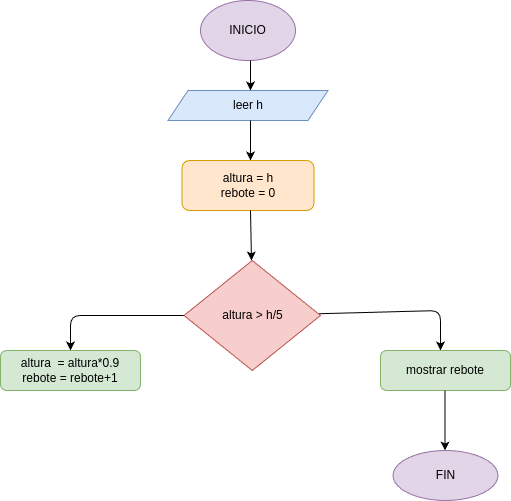
mariagomez1-hub/Taller_instrucci-n_repetitiva_while keeps this draw.io diagram as ejercicio_4/diagrama.png. Above is the earlier version. Source tidied: cells renumbered, new cells last; positions are measured from the earlier drawing's top-left corner, leaving out a move shared by most shapes. Source of this version:
```xml
<mxGraphModel>
  <root>
    <mxCell id="0" />
    <mxCell id="1" parent="0" />
    <mxCell id="2" value="INICIO" style="ellipse;whiteSpace=wrap;html=1;fillColor=#e1d5e7;strokeColor=#9673a6;" parent="1" vertex="1">
      <mxGeometry x="200" width="95" height="60" as="geometry" />
    </mxCell>
    <mxCell id="3" style="endArrow=classic;html=1;" parent="1" edge="1">
      <mxGeometry relative="1" as="geometry">
        <mxPoint x="250" y="60" as="sourcePoint" />
        <mxPoint x="250" y="90" as="targetPoint" />
      </mxGeometry>
    </mxCell>
    <mxCell id="4" value="leer h" style="shape=parallelogram;perimeter=parallelogramPerimeter;whiteSpace=wrap;html=1;fixedSize=1;fillColor=#dae8fc;strokeColor=#6c8ebf;" parent="1" vertex="1">
      <mxGeometry x="167.5" y="90" width="160" height="30" as="geometry" />
    </mxCell>
    <mxCell id="5" style="endArrow=classic;html=1;" parent="1" edge="1">
      <mxGeometry relative="1" as="geometry">
        <mxPoint x="250" y="120" as="sourcePoint" />
        <mxPoint x="250" y="160" as="targetPoint" />
      </mxGeometry>
    </mxCell>
    <mxCell id="6" value="altura = h&lt;div&gt;rebote = 0&lt;/div&gt;" style="rounded=1;whiteSpace=wrap;html=1;fillColor=#ffe6cc;strokeColor=#d79b00;" parent="1" vertex="1">
      <mxGeometry x="181.5" y="160" width="132" height="50" as="geometry" />
    </mxCell>
    <mxCell id="7" style="endArrow=classic;html=1;" parent="1" edge="1">
      <mxGeometry relative="1" as="geometry">
        <mxPoint x="250" y="210" as="sourcePoint" />
        <mxPoint x="251" y="260" as="targetPoint" />
      </mxGeometry>
    </mxCell>
    <mxCell id="8" style="edgeStyle=none;html=1;" parent="1" edge="1" source="10">
      <mxGeometry relative="1" as="geometry">
        <mxPoint x="440" y="350" as="targetPoint" />
        <Array as="points">
          <mxPoint x="440" y="310" />
        </Array>
      </mxGeometry>
    </mxCell>
    <mxCell id="9" style="edgeStyle=none;html=1;" parent="1" edge="1" source="10">
      <mxGeometry relative="1" as="geometry">
        <mxPoint x="70" y="350" as="targetPoint" />
        <Array as="points">
          <mxPoint x="70" y="315" />
        </Array>
      </mxGeometry>
    </mxCell>
    <mxCell id="10" value="altura &amp;gt; h/5" style="rhombus;whiteSpace=wrap;html=1;fillColor=#f8cecc;strokeColor=#b85450;" parent="1" vertex="1">
      <mxGeometry x="183.5" y="260" width="136.5" height="110" as="geometry" />
    </mxCell>
    <mxCell id="11" value="mostrar rebote" style="rounded=1;whiteSpace=wrap;html=1;fillColor=#d5e8d4;strokeColor=#82b366;" parent="1" vertex="1">
      <mxGeometry x="380" y="350" width="130" height="40" as="geometry" />
    </mxCell>
    <mxCell id="12" value="altura&amp;nbsp; = altura*0.9&lt;div&gt;rebote = rebote+1&lt;/div&gt;" style="rounded=1;whiteSpace=wrap;html=1;fillColor=#d5e8d4;strokeColor=#82b366;" parent="1" vertex="1">
      <mxGeometry y="350" width="140" height="40" as="geometry" />
    </mxCell>
    <mxCell id="13" style="endArrow=classic;html=1;" parent="1" edge="1">
      <mxGeometry relative="1" as="geometry">
        <mxPoint x="444.5" y="390" as="sourcePoint" />
        <mxPoint x="444.5" y="450" as="targetPoint" />
      </mxGeometry>
    </mxCell>
    <mxCell id="14" value="FIN" style="ellipse;whiteSpace=wrap;html=1;fillColor=#e1d5e7;strokeColor=#9673a6;" parent="1" vertex="1">
      <mxGeometry x="392.5" y="450" width="105" height="50" as="geometry" />
    </mxCell>
  </root>
</mxGraphModel>
```
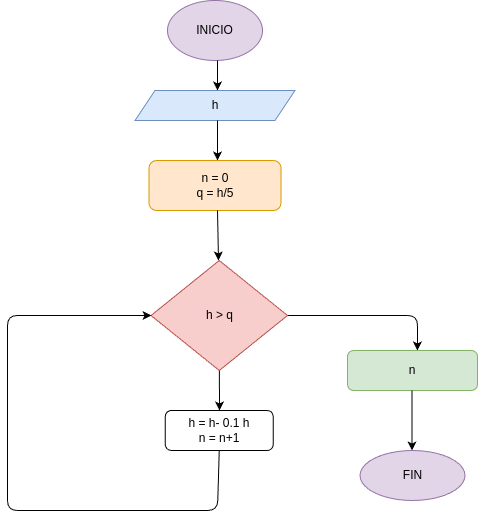
After the commit.

Commit message:
Se actualizo el README con análisis y diseño

Change to the diagram source:
```diff
@@ -11,7 +11,7 @@
         <mxPoint x="250" y="90" as="targetPoint" />
       </mxGeometry>
     </mxCell>
-    <mxCell id="4" value="leer h" style="shape=parallelogram;perimeter=parallelogramPerimeter;whiteSpace=wrap;html=1;fixedSize=1;fillColor=#dae8fc;strokeColor=#6c8ebf;" parent="1" vertex="1">
+    <mxCell id="4" value="h" style="shape=parallelogram;perimeter=parallelogramPerimeter;whiteSpace=wrap;html=1;fixedSize=1;fillColor=#dae8fc;strokeColor=#6c8ebf;" parent="1" vertex="1">
       <mxGeometry x="167.5" y="90" width="160" height="30" as="geometry" />
     </mxCell>
     <mxCell id="5" style="endArrow=classic;html=1;" parent="1" edge="1">
@@ -20,7 +20,7 @@
         <mxPoint x="250" y="160" as="targetPoint" />
       </mxGeometry>
     </mxCell>
-    <mxCell id="6" value="altura = h&lt;div&gt;rebote = 0&lt;/div&gt;" style="rounded=1;whiteSpace=wrap;html=1;fillColor=#ffe6cc;strokeColor=#d79b00;" parent="1" vertex="1">
+    <mxCell id="6" value="n = 0&lt;div&gt;q = h/5&lt;/div&gt;" style="rounded=1;whiteSpace=wrap;html=1;fillColor=#ffe6cc;strokeColor=#d79b00;" parent="1" vertex="1">
       <mxGeometry x="181.5" y="160" width="132" height="50" as="geometry" />
     </mxCell>
     <mxCell id="7" style="endArrow=classic;html=1;" parent="1" edge="1">
@@ -29,31 +29,24 @@
         <mxPoint x="251" y="260" as="targetPoint" />
       </mxGeometry>
     </mxCell>
-    <mxCell id="8" style="edgeStyle=none;html=1;" parent="1" edge="1" source="10">
+    <mxCell id="8" style="edgeStyle=none;html=1;entryX=0.538;entryY=0;entryDx=0;entryDy=0;entryPerimeter=0;" parent="1" edge="1" source="10" target="11">
       <mxGeometry relative="1" as="geometry">
-        <mxPoint x="440" y="350" as="targetPoint" />
         <Array as="points">
-          <mxPoint x="440" y="310" />
+          <mxPoint x="450" y="315" />
         </Array>
       </mxGeometry>
     </mxCell>
-    <mxCell id="9" style="edgeStyle=none;html=1;" parent="1" edge="1" source="10">
-      <mxGeometry relative="1" as="geometry">
-        <mxPoint x="70" y="350" as="targetPoint" />
-        <Array as="points">
-          <mxPoint x="70" y="315" />
-        </Array>
-      </mxGeometry>
-    </mxCell>
+    <mxCell id="15" style="edgeStyle=none;html=1;" parent="1" edge="1" source="10">
+      <mxGeometry relative="1" as="geometry">
+        <mxPoint x="252" y="410" as="targetPoint" />
+      </mxGeometry>
+    </mxCell>
-    <mxCell id="10" value="altura &amp;gt; h/5" style="rhombus;whiteSpace=wrap;html=1;fillColor=#f8cecc;strokeColor=#b85450;" parent="1" vertex="1">
+    <mxCell id="10" value="h &amp;gt; q" style="rhombus;whiteSpace=wrap;html=1;fillColor=#f8cecc;strokeColor=#b85450;" parent="1" vertex="1">
       <mxGeometry x="183.5" y="260" width="136.5" height="110" as="geometry" />
     </mxCell>
-    <mxCell id="11" value="mostrar rebote" style="rounded=1;whiteSpace=wrap;html=1;fillColor=#d5e8d4;strokeColor=#82b366;" parent="1" vertex="1">
+    <mxCell id="11" value="n" style="rounded=1;whiteSpace=wrap;html=1;fillColor=#d5e8d4;strokeColor=#82b366;" parent="1" vertex="1">
       <mxGeometry x="380" y="350" width="130" height="40" as="geometry" />
     </mxCell>
-    <mxCell id="12" value="altura&amp;nbsp; = altura*0.9&lt;div&gt;rebote = rebote+1&lt;/div&gt;" style="rounded=1;whiteSpace=wrap;html=1;fillColor=#d5e8d4;strokeColor=#82b366;" parent="1" vertex="1">
-      <mxGeometry y="350" width="140" height="40" as="geometry" />
-    </mxCell>
     <mxCell id="13" style="endArrow=classic;html=1;" parent="1" edge="1">
       <mxGeometry relative="1" as="geometry">
         <mxPoint x="444.5" y="390" as="sourcePoint" />
@@ -63,5 +56,18 @@
     <mxCell id="14" value="FIN" style="ellipse;whiteSpace=wrap;html=1;fillColor=#e1d5e7;strokeColor=#9673a6;" parent="1" vertex="1">
       <mxGeometry x="392.5" y="450" width="105" height="50" as="geometry" />
     </mxCell>
+    <mxCell id="16" value="h = h- 0.1 h&lt;div&gt;n = n+1&lt;/div&gt;" style="rounded=1;whiteSpace=wrap;html=1;" parent="1" vertex="1">
+      <mxGeometry x="197.8" y="410" width="108" height="40" as="geometry" />
+    </mxCell>
+    <mxCell id="17" style="endArrow=classic;html=1;exitX=0.5;exitY=1;exitDx=0;exitDy=0;" parent="1" edge="1" source="16">
+      <mxGeometry relative="1" as="geometry">
+        <mxPoint x="184" y="315" as="targetPoint" />
+        <Array as="points">
+          <mxPoint x="250" y="510" />
+          <mxPoint x="40" y="510" />
+          <mxPoint x="40" y="315" />
+        </Array>
+      </mxGeometry>
+    </mxCell>
   </root>
 </mxGraphModel>
```
